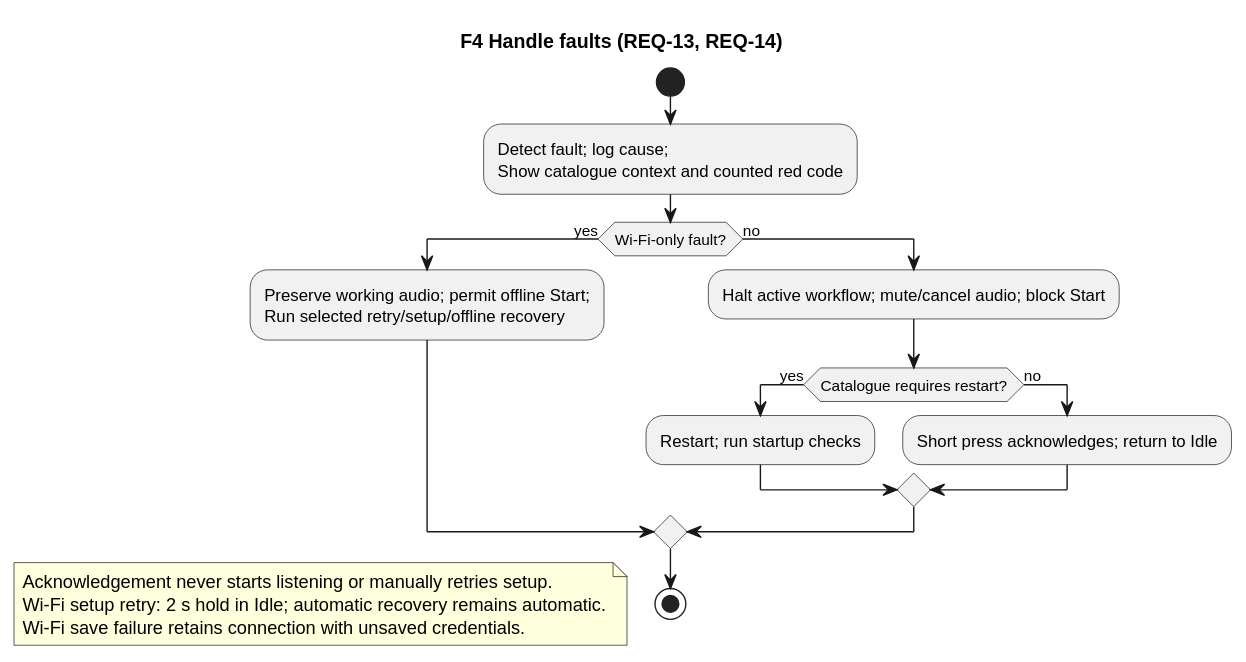
The PlantUML diagram Development/system/requirements/use-cases/rendered/uc_04_faults.svg in DemonicPsychoII/DigitalStethoscope, before a commit.
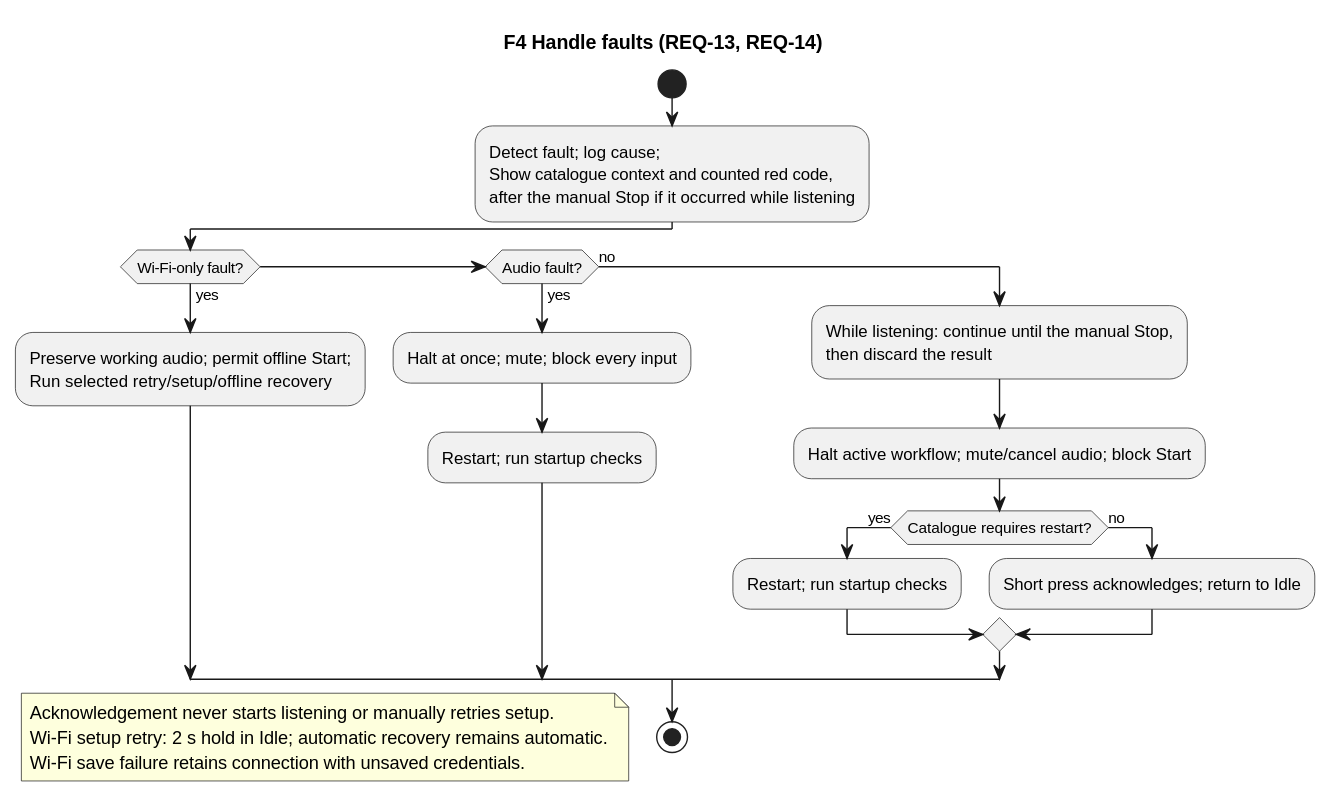
Later version of the same file.

Commit message:
documentation: carry the deferred-error and audio-halt rules into the architecture views and use case F4

Change to the diagram source:
```diff
@@ -3,10 +3,14 @@
 skinparam defaultFontName SansSerif
 title F4 Handle faults (REQ-13, REQ-14)
 start
-:Detect fault; log cause;\nShow catalogue context and counted red code;
+:Detect fault; log cause;\nShow catalogue context and counted red code,\nafter the manual Stop if it occurred while listening;
 if (Wi-Fi-only fault?) then (yes)
  :Preserve working audio; permit offline Start;\nRun selected retry/setup/offline recovery;
+elseif (Audio fault?) then (yes)
+ :Halt at once; mute; block every input;
+ :Restart; run startup checks;
 else (no)
+ :While listening: continue until the manual Stop,\nthen discard the result;
  :Halt active workflow; mute/cancel audio; block Start;
  if (Catalogue requires restart?) then (yes)
   :Restart; run startup checks;
```
